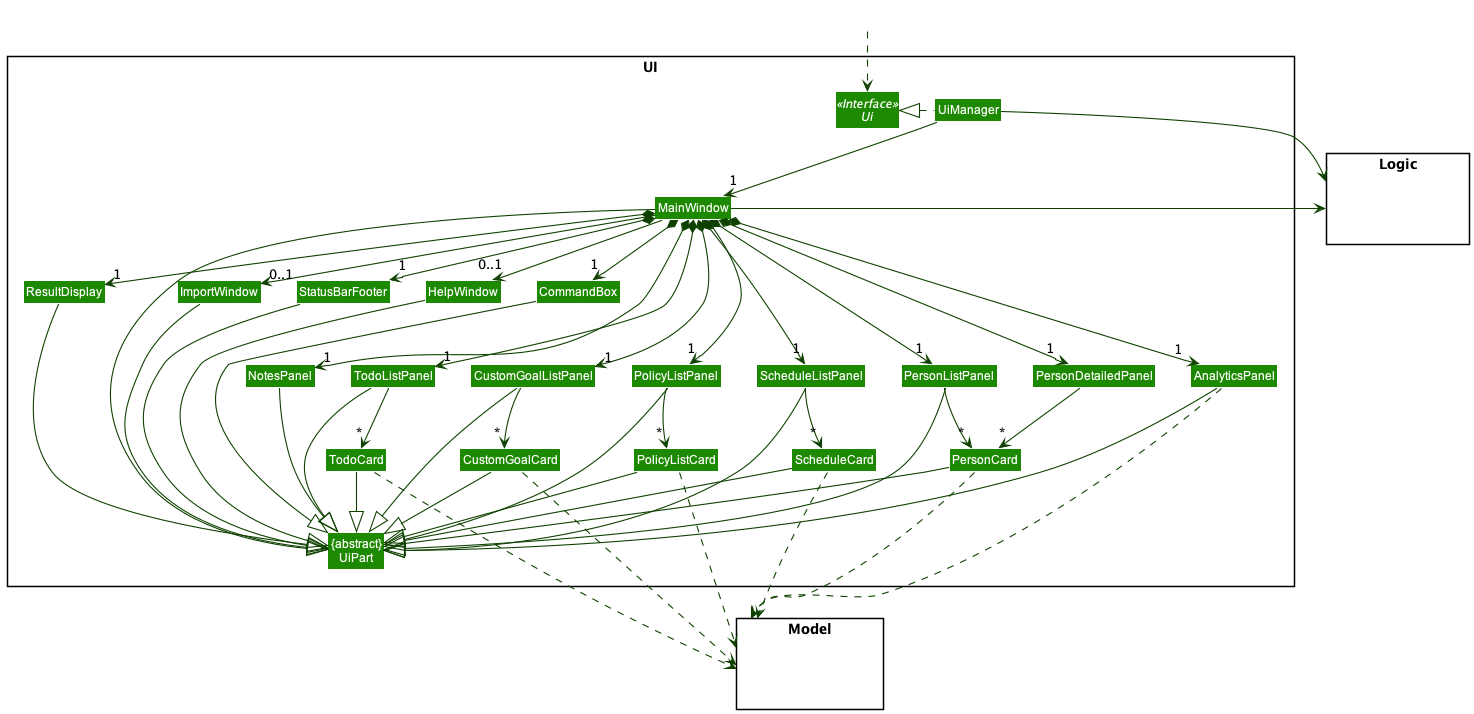
whoisjustinngo/tp keeps this PlantUML diagram as docs/images/UiClassDiagram.png. Above is the earlier version.
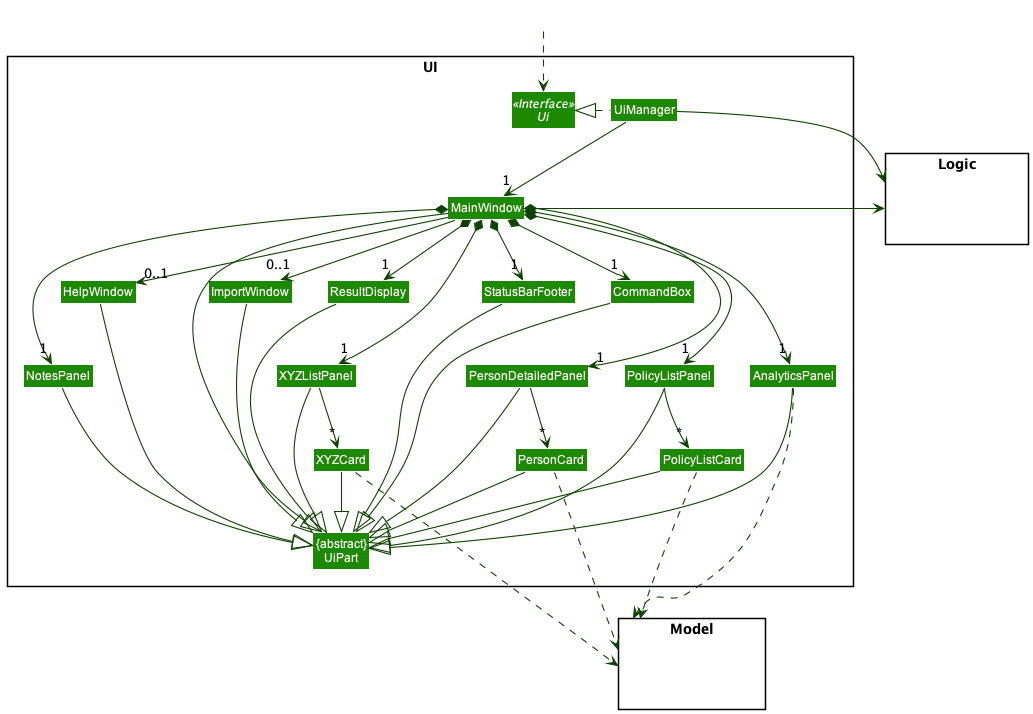
After the change.

Commit message:
Change ui class diagram

What changed in the source:
```diff
@@ -10,23 +10,18 @@
 Class UiManager
 Class MainWindow
 Class AnalyticsPanel
-Class CustomGoalListPanel
-Class CustomGoalCard
-Class PersonListPanel
-Class PersonCard
 Class PersonDetailedPanel
 Class PolicyListPanel
 Class PolicyListCard
 Class NotesPanel
-Class TodoListPanel
-Class TodoCard
-Class ScheduleListPanel
-Class ScheduleCard
 Class ResultDisplay
 Class StatusBarFooter
 Class CommandBox
 Class HelpWindow
 Class ImportWindow
+Class XYZListPanel
+Class XYZCard
+Class PersonCard
 }
 
 package Model <<Rectangle>> {
@@ -44,67 +39,55 @@
 UiManager -down-> "1" MainWindow
 MainWindow *-down->  "1" CommandBox
 MainWindow *-down-> "1" ResultDisplay
-MainWindow *-down-> "1" PersonListPanel
 MainWindow *-down-> "1" StatusBarFooter
 MainWindow *-down-> "1" AnalyticsPanel
-MainWindow *-down-> "1" CustomGoalListPanel
 MainWindow *-down-> "1" PersonDetailedPanel
 MainWindow *-down-> "1" PolicyListPanel
 MainWindow *-down-> "1" NotesPanel
-MainWindow *-down-> "1" TodoListPanel
-MainWindow *-down-> "1" ScheduleListPanel
+MainWindow *-down-> "1" XYZListPanel
 MainWindow --> "0..1" HelpWindow
 MainWindow --> "0..1" ImportWindow
 
-PersonListPanel -down-> "*" PersonCard
-CustomGoalListPanel -down-> "*" CustomGoalCard
+PolicyListPanel -down-> "*" PolicyListCard
+XYZListPanel -down-> "*" XYZCard
 PersonDetailedPanel -down-> "*" PersonCard
-PolicyListPanel -down-> "*" PolicyListCard
-TodoListPanel -down-> "*" TodoCard
-ScheduleListPanel -down-> "*" ScheduleCard
 
 MainWindow -left-|> UiPart
 
+PersonCard --|> UiPart
+PersonDetailedPanel --|> UiPart
 ResultDisplay --|> UiPart
 CommandBox --|> UiPart
-PersonListPanel --|> UiPart
-PersonCard --|> UiPart
 StatusBarFooter --|> UiPart
 HelpWindow --|> UiPart
 AnalyticsPanel --|> UiPart
-CustomGoalCard --|> UiPart
-CustomGoalListPanel--|> UiPart
 PolicyListPanel --|> UiPart
 PolicyListCard--|> UiPart
 NotesPanel --|> UiPart
-TodoListPanel --|> UiPart
-TodoCard --|> UiPart
-ScheduleListPanel --|> UiPart
-ScheduleCard --|> UiPart
 ImportWindow--|> UiPart
+XYZListPanel--|> UiPart
+XYZCard--|> UiPart
 
 PersonCard ...> Model
 AnalyticsPanel ...> Model
-ScheduleCard ...> Model
-TodoCard ...> Model
 PolicyListCard ...> Model
-CustomGoalCard ...> Model
+XYZCard ...> Model
 UiManager -right-> Logic
 MainWindow -left-> Logic
 
-PersonListPanel -[hidden]left- AnalyticsPanel
-PersonListPanel -[hidden]left- PersonDetailedPanel
-PersonListPanel -[hidden]left- NotesPanel
-PersonListPanel -[hidden]left- ScheduleListPanel
-PersonListPanel -[hidden]left- CustomGoalListPanel
-PersonListPanel -[hidden]left- TodoListPanel
+PolicyListPanel -[hidden]down- PolicyListCard
+XYZListPanel -[hidden]left- PolicyListPanel
+XYZListPanel -[hidden]left- NotesPanel
+XYZListPanel -[hidden]left- PersonDetailedPanel
+XYZListPanel -[hidden]left- AnalyticsPanel
+XYZListPanel -[hidden]left- NotesPanel
 
-PersonListPanel -[hidden]down- PersonCard
-PolicyListPanel -[hidden]down- PolicyListCard
-ScheduleListPanel -[hidden]down- ScheduleCard
-CustomGoalListPanel -[hidden]down- CustomGoalCard
-
-HelpWindow -[hidden]down- TodoListPanel
+HelpWindow -[hidden]down- XYZListPanel
+StatusBarFooter -[hidden]down- XYZListPanel
+ResultDisplay -[hidden]down- XYZListPanel
+CommandBox-[hidden]down- XYZListPanel
+ImportWindow -[hidden]down- XYZListPanel
+HelpWindow -[hidden]down- NotesPanel
 
 
 MainWindow -[hidden]-|> UiPart
```
